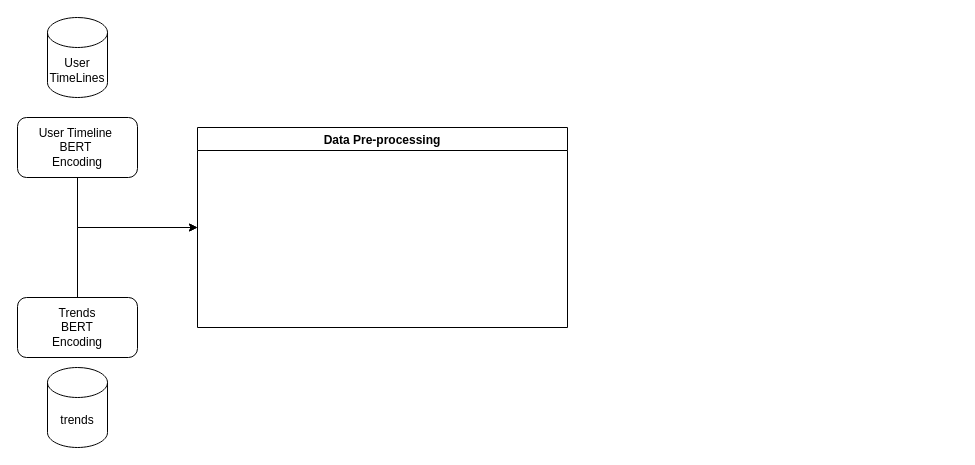
This is Untitled Diagram.drawio from shnaseri/DM-403, a draw.io file, before an edit. Source tidied: cells renumbered, new cells numbered last; positions are measured from the earlier drawing's top-left corner, leaving out a move shared by most shapes. Both pictures are drawn from the tidied source at 100%, with x=0, y=0 at pixel (17, 17).
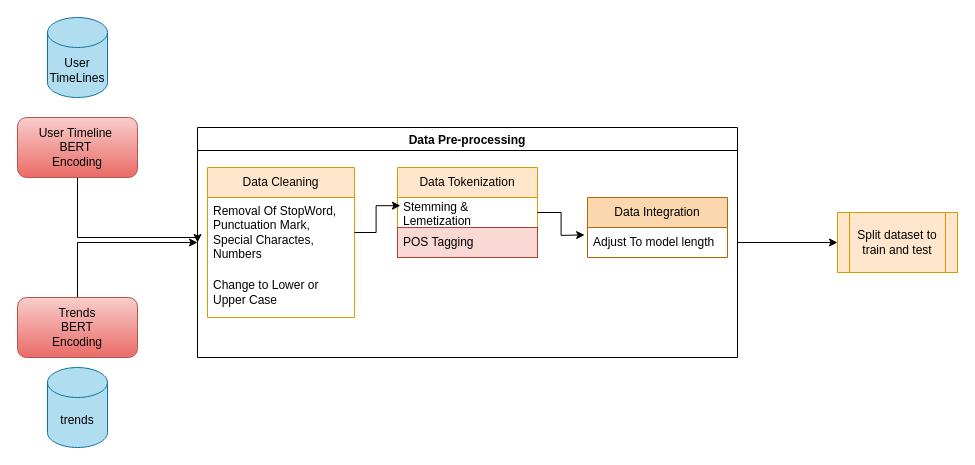
The same page after the edit.

Diff of the diagram source:
```diff
@@
-    <mxCell id="2" value="User TimeLines" style="shape=cylinder3;whiteSpace=wrap;html=1;boundedLbl=1;backgroundOutline=1;size=15;" parent="1" vertex="1">
+    <mxCell id="2" value="User TimeLines" style="shape=cylinder3;whiteSpace=wrap;html=1;boundedLbl=1;backgroundOutline=1;size=15;fillColor=#b1ddf0;strokeColor=#10739e;" parent="1" vertex="1">
       <mxGeometry x="30" width="60" height="80" as="geometry" />
     </mxCell>
-    <mxCell id="3" value="trends" style="shape=cylinder3;whiteSpace=wrap;html=1;boundedLbl=1;backgroundOutline=1;size=15;" parent="1" vertex="1">
+    <mxCell id="3" value="trends" style="shape=cylinder3;whiteSpace=wrap;html=1;boundedLbl=1;backgroundOutline=1;size=15;fillColor=#b1ddf0;strokeColor=#10739e;" parent="1" vertex="1">
       <mxGeometry x="30" y="350" width="60" height="80" as="geometry" />
     </mxCell>
     <mxCell id="4" style="edgeStyle=orthogonalEdgeStyle;rounded=0;jettySize=auto;html=1;entryX=0;entryY=0.5;entryDx=0;entryDy=0;" parent="1" edge="1" source="5" target="8">
       <mxGeometry relative="1" as="geometry">
         <Array as="points">
-          <mxPoint x="60" y="210" />
+          <mxPoint x="60" y="220" />
+          <mxPoint x="180" y="220" />
         </Array>
       </mxGeometry>
     </mxCell>
-    <mxCell id="5" value="User Timeline&amp;nbsp;&lt;div&gt;BERT&amp;nbsp;&lt;/div&gt;&lt;div&gt;Encoding&lt;/div&gt;" style="rounded=1;whiteSpace=wrap;html=1;" parent="1" vertex="1">
+    <mxCell id="5" value="User Timeline&amp;nbsp;&lt;div&gt;BERT&amp;nbsp;&lt;/div&gt;&lt;div&gt;Encoding&lt;/div&gt;" style="rounded=1;whiteSpace=wrap;html=1;fillColor=#f8cecc;gradientColor=#ea6b66;strokeColor=#b85450;" parent="1" vertex="1">
       <mxGeometry y="100" width="120" height="60" as="geometry" />
     </mxCell>
@@
-    <mxCell id="7" value="Trends&lt;div&gt;BERT&lt;/div&gt;&lt;div&gt;Encoding&lt;/div&gt;" style="rounded=1;whiteSpace=wrap;html=1;" parent="1" vertex="1">
+    <mxCell id="7" value="Trends&lt;div&gt;BERT&lt;/div&gt;&lt;div&gt;Encoding&lt;/div&gt;" style="rounded=1;whiteSpace=wrap;html=1;fillColor=#f8cecc;gradientColor=#ea6b66;strokeColor=#b85450;" parent="1" vertex="1">
       <mxGeometry y="280" width="120" height="60" as="geometry" />
     </mxCell>
+    <mxCell id="9" style="edgeStyle=orthogonalEdgeStyle;rounded=0;jettySize=auto;html=1;" parent="1" edge="1" source="8" target="20">
+      <mxGeometry relative="1" as="geometry" />
+    </mxCell>
     <mxCell id="8" value="Data Pre-processing" style="swimlane;startSize=23;" parent="1" vertex="1">
-      <mxGeometry x="180" y="110" width="370" height="200" as="geometry" />
+      <mxGeometry x="180" y="110" width="540" height="230" as="geometry" />
     </mxCell>
+    <mxCell id="10" value="Data Tokenization" style="swimlane;fontStyle=0;horizontal=1;startSize=30;whiteSpace=wrap;html=1;fillColor=#ffe6cc;strokeColor=#d79b00;" parent="8" vertex="1">
+      <mxGeometry x="200" y="40" width="140" height="90" as="geometry" />
+    </mxCell>
+    <mxCell id="11" value="Stemming &amp;amp; Lemetization" style="text;strokeColor=none;fillColor=none;align=left;verticalAlign=middle;spacingLeft=4;spacingRight=4;overflow=hidden;points=[[0,0.5],[1,0.5]];portConstraint=eastwest;whiteSpace=wrap;html=1;" parent="10" vertex="1">
+      <mxGeometry y="30" width="140" height="30" as="geometry" />
+    </mxCell>
+    <mxCell id="12" value="POS Tagging" style="text;strokeColor=#ae4132;fillColor=#fad9d5;align=left;verticalAlign=middle;spacingLeft=4;spacingRight=4;overflow=hidden;whiteSpace=wrap;html=1;" parent="10" vertex="1">
+      <mxGeometry y="60" width="140" height="30" as="geometry" />
+    </mxCell>
+    <mxCell id="13" value="Data Cleaning" style="swimlane;fontStyle=0;horizontal=1;startSize=30;whiteSpace=wrap;html=1;fillColor=#ffe6cc;strokeColor=#d79b00;" parent="8" vertex="1">
+      <mxGeometry x="10" y="40" width="147.1" height="150" as="geometry" />
+    </mxCell>
+    <mxCell id="14" value="Removal Of StopWord, Punctuation Mark, Special Charactes, Numbers" style="text;strokeColor=none;fillColor=none;align=left;verticalAlign=middle;spacingLeft=4;spacingRight=4;overflow=hidden;points=[[0,0.5],[1,0.5]];portConstraint=eastwest;whiteSpace=wrap;html=1;" parent="13" vertex="1">
+      <mxGeometry y="30" width="147.1" height="70" as="geometry" />
+    </mxCell>
+    <mxCell id="15" value="Change to Lower or Upper Case" style="text;strokeColor=none;fillColor=none;align=left;verticalAlign=middle;spacingLeft=4;spacingRight=4;overflow=hidden;whiteSpace=wrap;html=1;" parent="13" vertex="1">
+      <mxGeometry y="100" width="147.1" height="50" as="geometry" />
+    </mxCell>
+    <mxCell id="16" value="Data Integration" style="swimlane;fontStyle=0;horizontal=1;startSize=30;whiteSpace=wrap;html=1;fillColor=#fad7ac;strokeColor=#b46504;" parent="8" vertex="1">
+      <mxGeometry x="390" y="70" width="140" height="60" as="geometry" />
+    </mxCell>
+    <mxCell id="17" value="Adjust To model length" style="text;strokeColor=none;fillColor=none;align=left;verticalAlign=middle;spacingLeft=4;spacingRight=4;overflow=hidden;whiteSpace=wrap;html=1;" parent="16" vertex="1">
+      <mxGeometry y="30" width="140" height="30" as="geometry" />
+    </mxCell>
+    <mxCell id="18" style="edgeStyle=orthogonalEdgeStyle;rounded=0;jettySize=auto;html=1;exitX=1;exitY=0.5;exitDx=0;exitDy=0;entryX=0.021;entryY=0.272;entryDx=0;entryDy=0;entryPerimeter=0;" parent="8" edge="1" source="14" target="11">
+      <mxGeometry relative="1" as="geometry" />
+    </mxCell>
+    <mxCell id="19" style="edgeStyle=orthogonalEdgeStyle;rounded=0;jettySize=auto;html=1;exitX=1;exitY=0.5;exitDx=0;exitDy=0;entryX=-0.021;entryY=0.247;entryDx=0;entryDy=0;entryPerimeter=0;" parent="8" edge="1" source="10">
+      <mxGeometry relative="1" as="geometry">
+        <mxPoint x="387.1" y="107.4" as="targetPoint" />
+      </mxGeometry>
+    </mxCell>
+    <mxCell id="20" value="Split dataset to train and test" style="shape=process;whiteSpace=wrap;html=1;backgroundOutline=1;fillColor=#ffe6cc;strokeColor=#d79b00;" parent="1" vertex="1">
+      <mxGeometry x="820" y="195" width="120" height="60" as="geometry" />
+    </mxCell>
```
